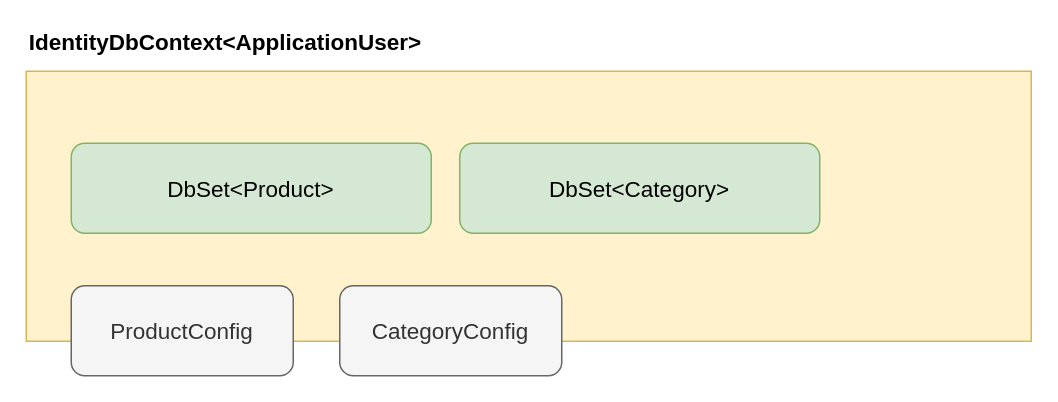
Before: page "EF CORE" (2 of 5) of Draws.drawio in zcomert/btk-akademi-aspnet-core-mvc-bootcamp-samsun, a draw.io diagram. Source tidied: cells renumbered, new cells numbered last; positions are measured from the earlier drawing's top-left corner, leaving out a move shared by most shapes. Both pictures are drawn from the tidied source at 150%, with x=0, y=0 at pixel (26, 26).
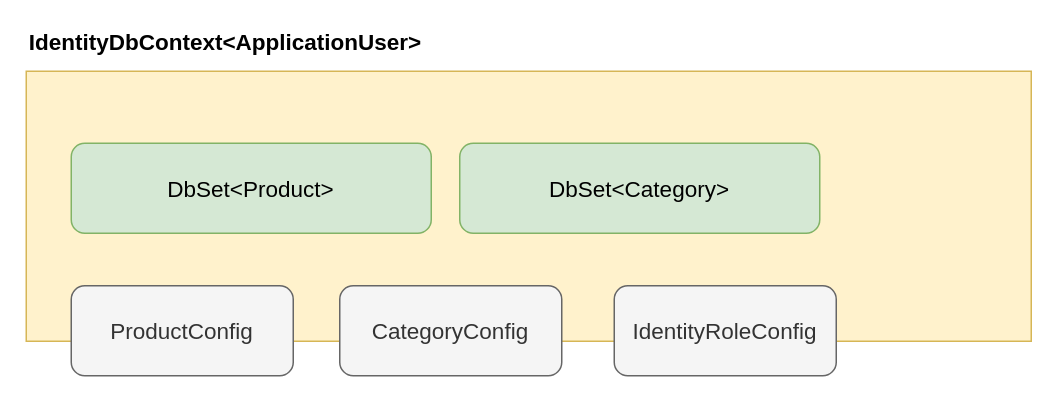
The same page after the edit.

Change to the diagram source:
```diff
@@
 <mxGraphModel>
   <root>
     <mxCell id="0" />
     <mxCell id="1" parent="0" />
     <mxCell id="2" style="rounded=0;whiteSpace=wrap;html=1;fillColor=#fff2cc;strokeColor=#d6b656;" parent="1" vertex="1">
       <mxGeometry y="30" width="670" height="180" as="geometry" />
     </mxCell>
     <mxCell id="3" value="IdentityDbContext&amp;lt;ApplicationUser&amp;gt;" style="text;html=1;strokeColor=none;fillColor=none;align=center;verticalAlign=middle;whiteSpace=wrap;rounded=0;fontSize=15;fontStyle=1;" parent="1" vertex="1">
       <mxGeometry width="266" height="20" as="geometry" />
     </mxCell>
     <mxCell id="4" value="DbSet&amp;lt;Product&amp;gt;" style="rounded=1;whiteSpace=wrap;html=1;fontSize=15;fillColor=#d5e8d4;strokeColor=#82b366;" parent="1" vertex="1">
       <mxGeometry x="30" y="78" width="240" height="60" as="geometry" />
     </mxCell>
     <mxCell id="5" value="ProductConfig" style="rounded=1;whiteSpace=wrap;html=1;fontSize=15;fillColor=#f5f5f5;strokeColor=#666666;fontColor=#333333;" parent="1" vertex="1">
       <mxGeometry x="30" y="173" width="148" height="60" as="geometry" />
     </mxCell>
     <mxCell id="6" value="DbSet&amp;lt;Category&amp;gt;" style="rounded=1;whiteSpace=wrap;html=1;fontSize=15;fillColor=#d5e8d4;strokeColor=#82b366;" parent="1" vertex="1">
       <mxGeometry x="289" y="78" width="240" height="60" as="geometry" />
     </mxCell>
     <mxCell id="7" value="CategoryConfig" style="rounded=1;whiteSpace=wrap;html=1;fontSize=15;fillColor=#f5f5f5;strokeColor=#666666;fontColor=#333333;" parent="1" vertex="1">
       <mxGeometry x="209" y="173" width="148" height="60" as="geometry" />
     </mxCell>
+    <mxCell id="8" value="IdentityRoleConfig" style="rounded=1;whiteSpace=wrap;html=1;fontSize=15;fillColor=#f5f5f5;strokeColor=#666666;fontColor=#333333;" parent="1" vertex="1">
+      <mxGeometry x="392" y="173" width="148" height="60" as="geometry" />
+    </mxCell>
   </root>
 </mxGraphModel>
```
